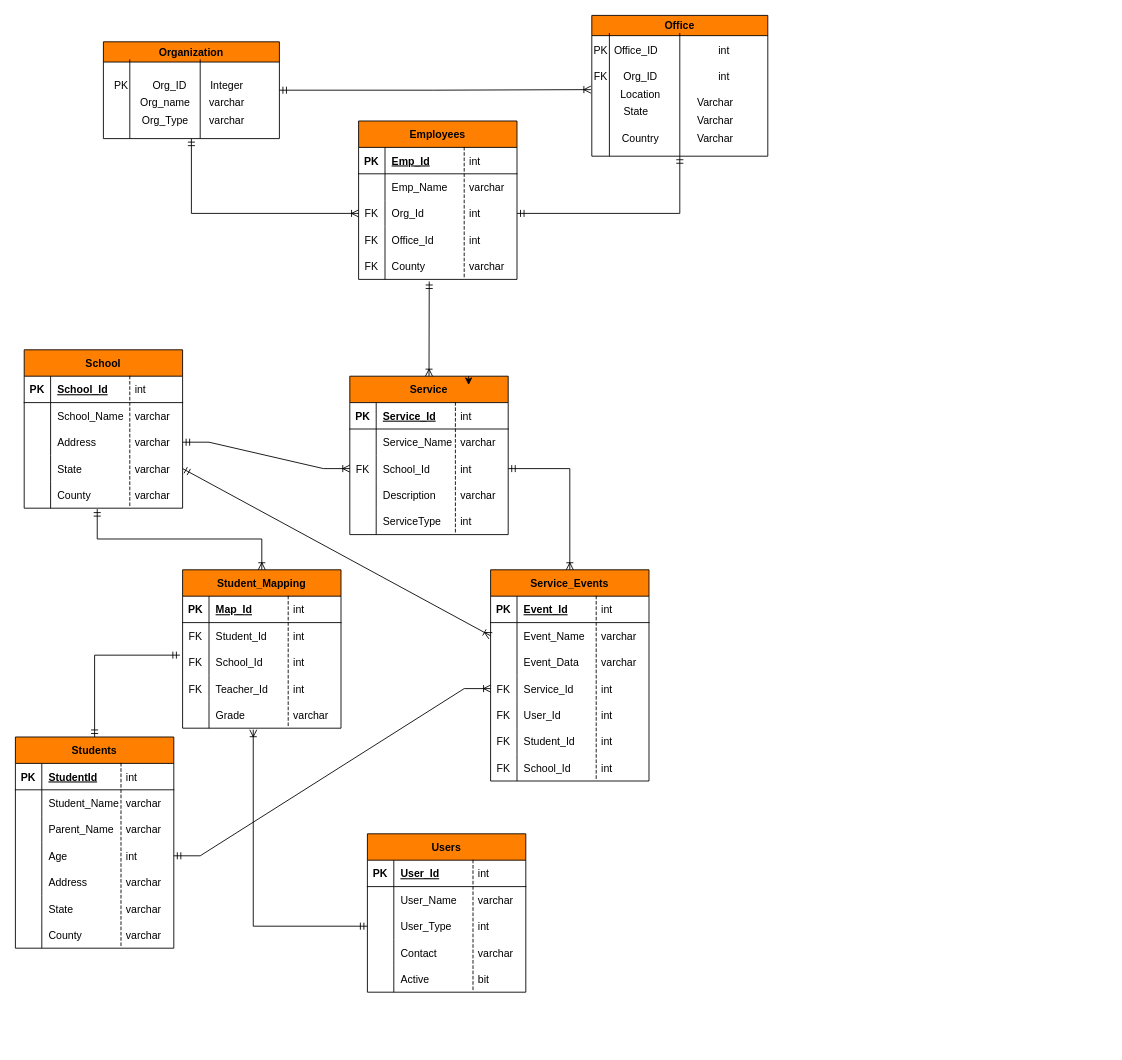
The draw.io diagram page "Page-3" (3 of 3) of TestResults-5.0.x/Untitled Diagram.drawio in Muruganandhu/Taleo, before the edit. Source tidied: cells renumbered, new cells numbered last; positions are measured from the earlier drawing's top-left corner, leaving out a move shared by most shapes. Both pictures are drawn from the tidied source at 88%, with x=0, y=0 at pixel (15, 15).
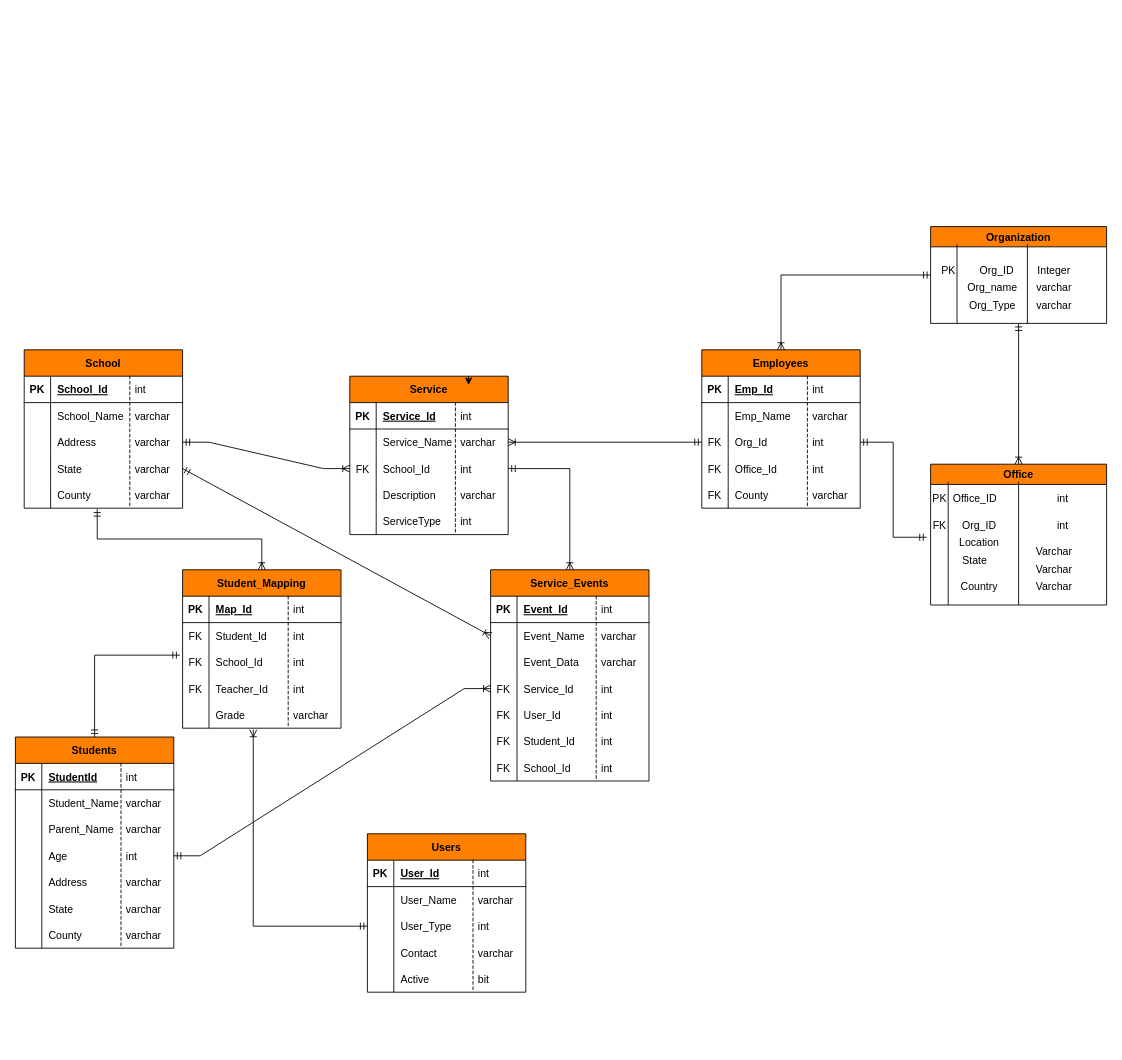
After the change.

The change refers to these unchanged cells:
```xml
<mxCell id="144" value="Service" style="shape=table;startSize=30;childLayout=tableLayout;rowLines=0;fontStyle=1;align=center;strokeColor=#000000;fillColor=#FF8000;" parent="143" vertex="1">
  <mxGeometry width="180" height="180" as="geometry" />
</mxCell>
<mxCell id="162" value="varchar" style="shape=partialRectangle;fillColor=none;align=left;verticalAlign=middle;strokeColor=none;spacingLeft=34;points=[[0,0.5],[1,0.5]];portConstraint=eastwest;" parent="143" vertex="1">
  <mxGeometry x="90" y="60" width="90" height="30" as="geometry" />
</mxCell>
<mxCell id="210" value="Organization" style="swimlane;fillColor=#FF8000;" parent="209" vertex="1">
  <mxGeometry width="200" height="110" as="geometry" />
</mxCell>
<mxCell id="222" value="Employees" style="shape=table;startSize=30;childLayout=tableLayout;rowLines=0;fontStyle=1;align=center;strokeColor=#000000;fillColor=#FF8000;" parent="221" vertex="1">
  <mxGeometry width="180" height="180" as="geometry" />
</mxCell>
<mxCell id="229" style="shape=tableRow;horizontal=0;startSize=0;swimlaneHead=0;swimlaneBody=0;fillColor=none;points=[[0,0.5],[1,0.5]];portConstraint=eastwest;top=0;left=0;right=0;bottom=0;strokeColor=#000000;" parent="222" vertex="1">
  <mxGeometry y="90" width="180" height="30" as="geometry" />
</mxCell>
<mxCell id="235" style="shape=tableRow;horizontal=0;startSize=0;swimlaneHead=0;swimlaneBody=0;fillColor=none;points=[[0,0.5],[1,0.5]];portConstraint=eastwest;top=0;left=0;right=0;bottom=0;strokeColor=#000000;" parent="222" vertex="1">
  <mxGeometry y="150" width="180" height="30" as="geometry" />
</mxCell>
<mxCell id="242" value="int" style="shape=partialRectangle;fillColor=none;align=left;verticalAlign=middle;strokeColor=none;spacingLeft=34;points=[[0,0.5],[1,0.5]];portConstraint=eastwest;" parent="221" vertex="1">
  <mxGeometry x="90" y="90" width="90" height="30" as="geometry" />
</mxCell>
```

The edit, as a diff of the source:
```diff
@@
     <mxCell id="2" value="Office" style="swimlane;fillColor=#FF8000;" parent="1" vertex="1">
-      <mxGeometry x="655" width="200" height="160" as="geometry" />
+      <mxGeometry x="1040" y="510" width="200" height="160" as="geometry" />
     </mxCell>
@@
     <mxCell id="9" style="endArrow=none;html=1;rounded=0;" parent="1" edge="1">
       <mxGeometry relative="1" as="geometry">
-        <mxPoint x="675" y="160" as="sourcePoint" />
-        <mxPoint x="675" y="20" as="targetPoint" />
+        <mxPoint x="1060" y="670" as="sourcePoint" />
+        <mxPoint x="1060" y="530" as="targetPoint" />
       </mxGeometry>
     </mxCell>
     <mxCell id="10" value="PK" style="text;html=1;align=center;verticalAlign=middle;strokeColor=none;fillColor=none;" parent="1" vertex="1">
-      <mxGeometry x="650" y="30" width="30" height="20" as="geometry" />
+      <mxGeometry x="1035" y="540" width="30" height="20" as="geometry" />
     </mxCell>
     <mxCell id="11" value="Office_ID" style="text;html=1;align=center;verticalAlign=middle;strokeColor=none;fillColor=none;" parent="1" vertex="1">
-      <mxGeometry x="670" y="30" width="70" height="20" as="geometry" />
+      <mxGeometry x="1055" y="540" width="70" height="20" as="geometry" />
     </mxCell>
     <mxCell id="12" value="FK" style="text;html=1;align=center;verticalAlign=middle;points=[];strokeColor=none;fillColor=none;" parent="1" vertex="1">
-      <mxGeometry x="650" y="60" width="30" height="20" as="geometry" />
+      <mxGeometry x="1035" y="570" width="30" height="20" as="geometry" />
     </mxCell>
     <mxCell id="13" style="endArrow=none;html=1;rounded=0;exitX=0.5;exitY=1;exitDx=0;exitDy=0;" parent="1" edge="1" source="2">
       <mxGeometry relative="1" as="geometry">
-        <mxPoint x="755" y="20" as="targetPoint" />
+        <mxPoint x="1140" y="530" as="targetPoint" />
       </mxGeometry>
     </mxCell>
     <mxCell id="14" value="int" style="text;html=1;align=center;verticalAlign=middle;strokeColor=none;fillColor=none;" parent="1" vertex="1">
-      <mxGeometry x="790" y="30" width="30" height="20" as="geometry" />
+      <mxGeometry x="1175" y="540" width="30" height="20" as="geometry" />
     </mxCell>
     <mxCell id="15" value="int" style="text;html=1;align=center;verticalAlign=middle;strokeColor=none;fillColor=none;" parent="1" vertex="1">
-      <mxGeometry x="790" y="60" width="30" height="20" as="geometry" />
+      <mxGeometry x="1175" y="570" width="30" height="20" as="geometry" />
     </mxCell>
     <mxCell id="16" value="Varchar" style="text;html=1;align=center;verticalAlign=middle;strokeColor=none;fillColor=none;" parent="1" vertex="1">
-      <mxGeometry x="765" y="90" width="60" height="20" as="geometry" />
+      <mxGeometry x="1150" y="600" width="60" height="20" as="geometry" />
     </mxCell>
@@
     <mxCell id="209" style="group;" parent="1" vertex="1">
-      <mxGeometry x="100" y="30" width="200" height="110" as="geometry" />
+      <mxGeometry x="1040" y="240" width="200" height="110" as="geometry" />
     </mxCell>
@@
     <mxCell id="220" style="group;" parent="1" vertex="1">
-      <mxGeometry x="390" y="120" width="180" height="180" as="geometry" />
+      <mxGeometry x="780" y="380" width="180" height="180" as="geometry" />
     </mxCell>
@@
-    <mxCell id="253" style="edgeStyle=orthogonalEdgeStyle;fontSize=12;html=1;endArrow=ERoneToMany;startArrow=ERmandOne;rounded=0;exitX=0.5;exitY=1;exitDx=0;exitDy=0;entryX=0;entryY=0.5;entryDx=0;entryDy=0;" parent="1" edge="1" source="210" target="229">
-      <mxGeometry relative="1" as="geometry" />
-    </mxCell>
-    <mxCell id="254" style="edgeStyle=orthogonalEdgeStyle;fontSize=12;html=1;endArrow=ERoneToMany;startArrow=ERmandOne;rounded=0;exitX=1;exitY=0.5;exitDx=0;exitDy=0;entryX=0.133;entryY=1.217;entryDx=0;entryDy=0;entryPerimeter=0;" parent="1" edge="1" source="210" target="12">
-      <mxGeometry relative="1" as="geometry" />
-    </mxCell>
-    <mxCell id="255" style="edgeStyle=orthogonalEdgeStyle;fontSize=12;html=1;endArrow=ERmandOne;startArrow=ERmandOne;rounded=0;exitX=1;exitY=0.5;exitDx=0;exitDy=0;entryX=0.5;entryY=1;entryDx=0;entryDy=0;" parent="1" edge="1" source="242" target="2">
+    <mxCell id="255" style="edgeStyle=orthogonalEdgeStyle;fontSize=12;html=1;endArrow=ERmandOne;startArrow=ERmandOne;rounded=0;exitX=1;exitY=0.5;exitDx=0;exitDy=0;entryX=0.022;entryY=1.15;entryDx=0;entryDy=0;entryPerimeter=0;" parent="1" edge="1" source="242" target="12">
       <mxGeometry relative="1" as="geometry" />
     </mxCell>
-    <mxCell id="256" style="fontSize=12;html=1;endArrow=ERoneToMany;startArrow=ERmandOne;rounded=0;exitX=0.446;exitY=1.078;exitDx=0;exitDy=0;exitPerimeter=0;entryX=0.5;entryY=0;entryDx=0;entryDy=0;elbow=vertical;" parent="1" edge="1" source="235" target="144">
+    <mxCell id="256" style="fontSize=12;html=1;endArrow=ERoneToMany;startArrow=ERmandOne;rounded=0;exitX=0;exitY=0.5;exitDx=0;exitDy=0;entryX=1;entryY=0.5;entryDx=0;entryDy=0;elbow=vertical;" parent="1" edge="1" source="229" target="162">
       <mxGeometry relative="1" as="geometry" />
     </mxCell>
@@
+    <mxCell id="259" style="edgeStyle=orthogonalEdgeStyle;fontSize=12;html=1;endArrow=ERoneToMany;startArrow=ERmandOne;rounded=0;elbow=vertical;exitX=0;exitY=0.5;exitDx=0;exitDy=0;entryX=0.5;entryY=0;entryDx=0;entryDy=0;" parent="1" edge="1" source="210" target="222">
+      <mxGeometry relative="1" as="geometry">
+        <Array as="points">
+          <mxPoint x="870" y="295" />
+        </Array>
+      </mxGeometry>
+    </mxCell>
+    <mxCell id="260" style="fontSize=12;html=1;endArrow=ERoneToMany;startArrow=ERmandOne;rounded=0;elbow=vertical;exitX=0.5;exitY=1;exitDx=0;exitDy=0;entryX=0.5;entryY=0;entryDx=0;entryDy=0;" parent="1" edge="1" source="210" target="2">
+      <mxGeometry relative="1" as="geometry" />
+    </mxCell>
```
